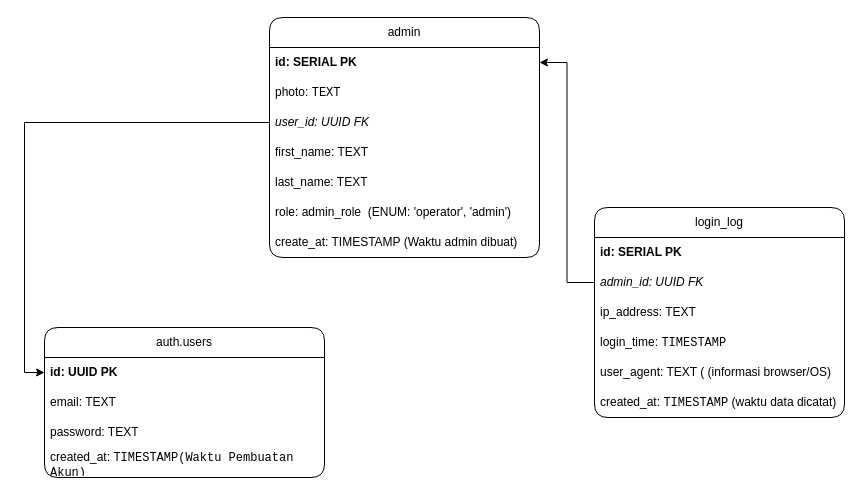
Earlier version of the draw.io diagram page "ERD LOGIN" (1 of 4) of dba/Logika Login.drawio (BhinnekaDev/DATABASE-LOKAL-GEOFISIKA-DATABASE). Source tidied: cells renumbered, new cells numbered last; positions are measured from the earlier drawing's top-left corner, leaving out a move shared by most shapes. Both pictures are drawn from the tidied source at 100%, with x=0, y=0 at pixel (44, 17).
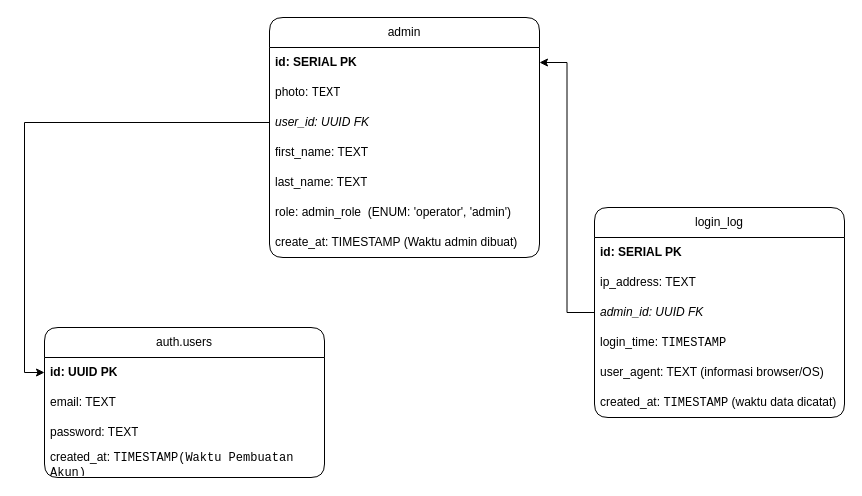
The same page after the edit.

Commit message (it also covers changes not shown here):
fix: memperbaiki logic crud dan login

Unchanged cells that the change refers to:
```xml
<mxCell id="15" value="login_log" style="swimlane;fontStyle=0;horizontal=1;startSize=30;whiteSpace=wrap;html=1;labelBackgroundColor=none;rounded=1;" parent="1" vertex="1">
  <mxGeometry x="550" y="190" width="250" height="210" as="geometry" />
</mxCell>
```

Diff of the diagram source:
```diff
@@
+    <mxCell id="18" value="ip_address: TEXT" style="text;strokeColor=none;fillColor=none;align=left;verticalAlign=middle;spacingLeft=4;spacingRight=4;overflow=hidden;whiteSpace=wrap;html=1;labelBackgroundColor=none;rounded=1;" parent="15" vertex="1">
+      <mxGeometry y="60" width="250" height="30" as="geometry" />
+    </mxCell>
     <mxCell id="17" value="&lt;i&gt;admin_id: UUID FK&amp;nbsp;&amp;nbsp;&lt;/i&gt;" style="text;strokeColor=none;fillColor=none;align=left;verticalAlign=middle;spacingLeft=4;spacingRight=4;overflow=hidden;points=[[0,0.5],[1,0.5]];portConstraint=eastwest;whiteSpace=wrap;html=1;labelBackgroundColor=none;rounded=1;" parent="15" vertex="1">
-      <mxGeometry y="60" width="250" height="30" as="geometry" />
+      <mxGeometry y="90" width="250" height="30" as="geometry" />
     </mxCell>
-    <mxCell id="18" value="ip_address: TEXT" style="text;strokeColor=none;fillColor=none;align=left;verticalAlign=middle;spacingLeft=4;spacingRight=4;overflow=hidden;whiteSpace=wrap;html=1;labelBackgroundColor=none;rounded=1;" parent="15" vertex="1">
-      <mxGeometry y="90" width="250" height="30" as="geometry" />
-    </mxCell>
@@
-    <mxCell id="20" value="user_agent: TEXT ( (informasi browser/OS)" style="text;strokeColor=none;fillColor=none;align=left;verticalAlign=middle;spacingLeft=4;spacingRight=4;overflow=hidden;whiteSpace=wrap;html=1;labelBackgroundColor=none;rounded=1;" parent="15" vertex="1">
+    <mxCell id="20" value="user_agent: TEXT (informasi browser/OS)" style="text;strokeColor=none;fillColor=none;align=left;verticalAlign=middle;spacingLeft=4;spacingRight=4;overflow=hidden;whiteSpace=wrap;html=1;labelBackgroundColor=none;rounded=1;" parent="15" vertex="1">
       <mxGeometry y="150" width="250" height="30" as="geometry" />
     </mxCell>
```
